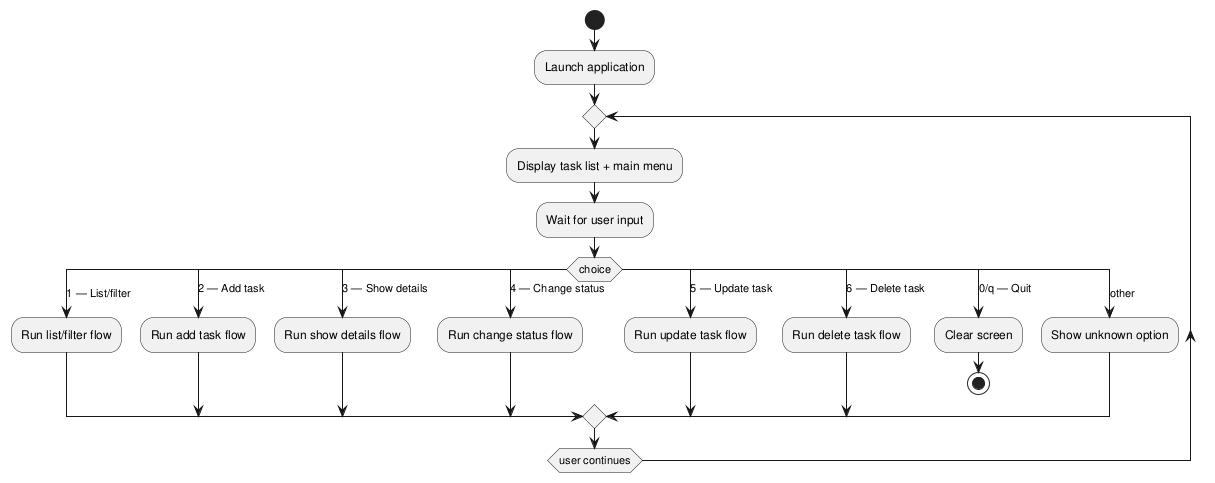
This is experiments/pipeline/test_driven/TODO/artifacts/activity_diagram.png from DanielRiha8906/Software_autoevolution_using_agents, a PlantUML export, as it was before one commit.
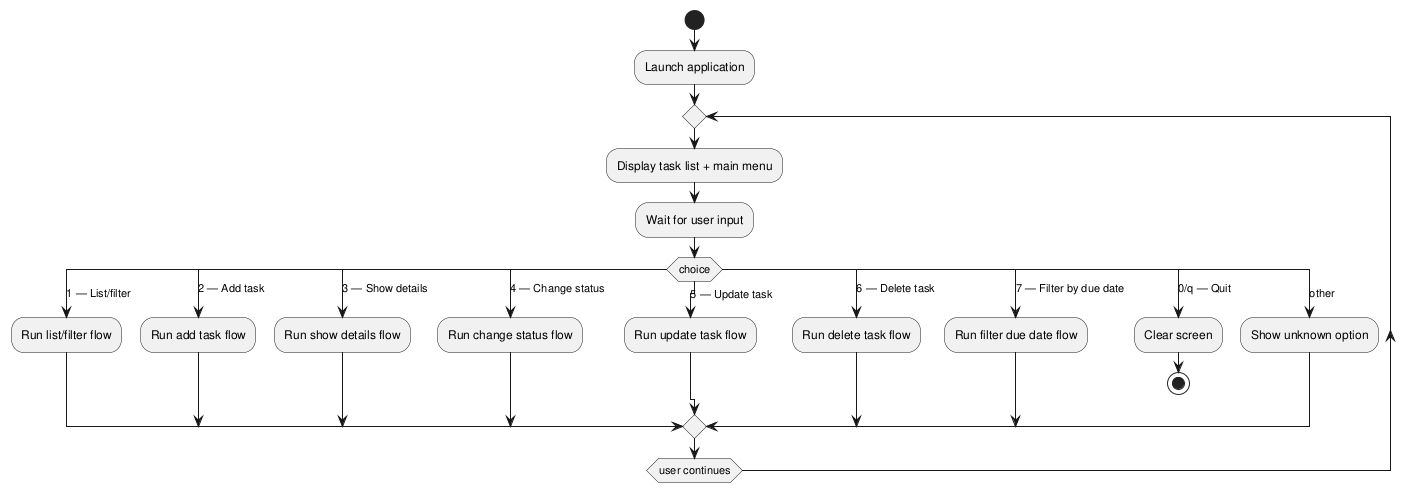
After the commit.

The edit, as a diff of the source:
```diff
@@ -20,6 +20,8 @@
       :Run update task flow;
     case (6 — Delete task)
       :Run delete task flow;
+    case (7 — Filter by due date)
+      :Run filter due date flow;
     case (0/q — Quit)
       :Clear screen;
       stop
```
